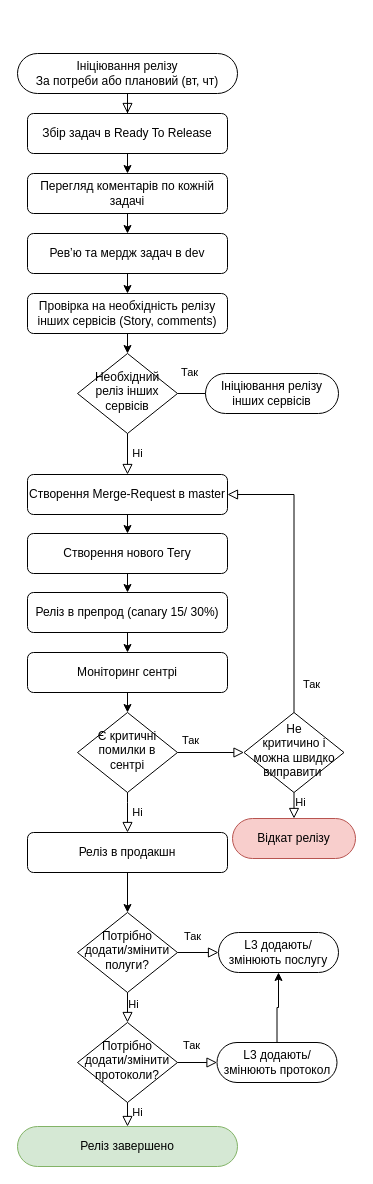
Pavlo-Olshansky/Project keeps this draw.io diagram as Диаграмма без названия.drawio. Above is the earlier version. Source tidied: cells renumbered, new cells numbered last; positions are measured from the earlier drawing's top-left corner, leaving out a move shared by most shapes. Both pictures are drawn from the tidied source at 100%, with x=0, y=0 at pixel (17, 53).
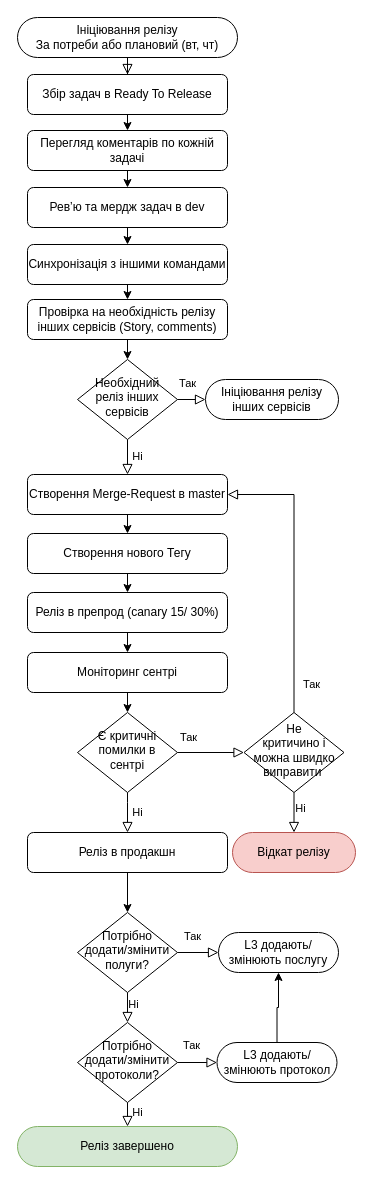
The same diagram, later.

Unchanged cells that the change refers to:
```xml
<mxCell id="27" value="Реліз в продакшн" style="rounded=1;whiteSpace=wrap;html=1;fontSize=12;glass=0;strokeWidth=1;shadow=0;" parent="1" vertex="1">
  <mxGeometry x="10" y="779" width="200" height="40" as="geometry" />
</mxCell>
<mxCell id="30" value="Є критичні помилки в сентрі" style="rhombus;whiteSpace=wrap;html=1;shadow=0;fontFamily=Helvetica;fontSize=12;align=center;strokeWidth=1;spacing=6;spacingTop=-4;" parent="1" vertex="1">
  <mxGeometry x="60" y="659" width="100" height="80" as="geometry" />
</mxCell>
```

Diff of the diagram source:
```diff
@@
     <mxCell id="3" value="Ініціювання релізу&lt;br&gt;За потреби або плановий (вт, чт)" style="rounded=1;whiteSpace=wrap;html=1;fontSize=12;glass=0;strokeWidth=1;shadow=0;arcSize=50;" parent="1" vertex="1">
-      <mxGeometry width="220" height="40" as="geometry" />
+      <mxGeometry y="-36" width="220" height="40" as="geometry" />
     </mxCell>
@@
     <mxCell id="10" value="Збір задач в Ready To Release" style="rounded=1;whiteSpace=wrap;html=1;fontSize=12;glass=0;strokeWidth=1;shadow=0;" parent="1" vertex="1">
-      <mxGeometry x="10" y="60" width="200" height="40" as="geometry" />
+      <mxGeometry x="10" y="21" width="200" height="40" as="geometry" />
     </mxCell>
-    <mxCell id="11" style="edgeStyle=orthogonalEdgeStyle;rounded=0;jettySize=auto;html=1;exitX=0.5;exitY=1;exitDx=0;exitDy=0;entryX=0.5;entryY=0;entryDx=0;entryDy=0;" parent="1" edge="1" source="12" target="36">
-      <mxGeometry relative="1" as="geometry" />
-    </mxCell>
+    <mxCell id="43" style="edgeStyle=orthogonalEdgeStyle;rounded=0;jettySize=auto;html=1;exitX=0.5;exitY=1;exitDx=0;exitDy=0;entryX=0.5;entryY=0;entryDx=0;entryDy=0;" parent="1" edge="1" source="12" target="45">
+      <mxGeometry relative="1" as="geometry" />
+    </mxCell>
     <mxCell id="12" value="Ревʼю та мердж задач в dev" style="rounded=1;whiteSpace=wrap;html=1;fontSize=12;glass=0;strokeWidth=1;shadow=0;" parent="1" vertex="1">
-      <mxGeometry x="10" y="180" width="200" height="40" as="geometry" />
+      <mxGeometry x="10" y="134" width="200" height="40" as="geometry" />
     </mxCell>
@@
     <mxCell id="17" value="Перегляд коментарів по кожній задачі" style="rounded=1;whiteSpace=wrap;html=1;fontSize=12;glass=0;strokeWidth=1;shadow=0;" parent="1" vertex="1">
-      <mxGeometry x="10" y="120" width="200" height="40" as="geometry" />
+      <mxGeometry x="10" y="77" width="200" height="40" as="geometry" />
     </mxCell>
@@
     <mxCell id="31" value="Так" style="rounded=0;html=1;jettySize=auto;fontSize=11;endArrow=block;endFill=0;endSize=8;strokeWidth=1;shadow=0;labelBackgroundColor=none;edgeStyle=orthogonalEdgeStyle;entryX=0.5;entryY=0;entryDx=0;entryDy=0;exitX=0.5;exitY=1;exitDx=0;exitDy=0;" parent="1" edge="1" source="30" target="27">
       <mxGeometry x="-1" y="82" relative="1" as="geometry">
         <Array as="points">
           <mxPoint x="110" y="749" />
           <mxPoint x="110" y="749" />
         </Array>
-        <mxPoint x="-19" y="-52" as="offset" />
+        <mxPoint x="-21" y="-55" as="offset" />
       </mxGeometry>
     </mxCell>
     <mxCell id="32" value="Відкат релізу" style="rounded=1;whiteSpace=wrap;html=1;fontSize=12;glass=0;strokeWidth=1;shadow=0;fillColor=#f8cecc;strokeColor=#b85450;arcSize=50;" parent="1" vertex="1">
-      <mxGeometry x="215" y="765" width="123" height="40" as="geometry" />
+      <mxGeometry x="215" y="779" width="123" height="40" as="geometry" />
     </mxCell>
@@
     <mxCell id="34" value="Необхідний реліз інших сервісів" style="rhombus;whiteSpace=wrap;html=1;shadow=0;fontFamily=Helvetica;fontSize=12;align=center;strokeWidth=1;spacing=6;spacingTop=-4;" parent="1" vertex="1">
-      <mxGeometry x="60" y="300" width="100" height="80" as="geometry" />
+      <mxGeometry x="60" y="306" width="100" height="80" as="geometry" />
     </mxCell>
@@
     <mxCell id="36" value="Провірка на необхідність релізу інших сервісів (Story, comments)" style="rounded=1;whiteSpace=wrap;html=1;fontSize=12;glass=0;strokeWidth=1;shadow=0;" parent="1" vertex="1">
-      <mxGeometry x="10" y="240" width="200" height="40" as="geometry" />
+      <mxGeometry x="10" y="246" width="200" height="40" as="geometry" />
     </mxCell>
-    <mxCell id="37" value="Так" style="rounded=0;html=1;jettySize=auto;orthogonalLoop=1;fontSize=11;endArrow=block;endFill=0;endSize=8;strokeWidth=1;shadow=0;labelBackgroundColor=none;edgeStyle=orthogonalEdgeStyle;" parent="1" edge="1">
-      <mxGeometry x="-0.4" y="21" relative="1" as="geometry">
-        <mxPoint x="160" y="340" as="sourcePoint" />
-        <mxPoint x="200" y="340" as="targetPoint" />
-        <Array as="points">
-          <mxPoint x="160" y="340" />
-        </Array>
-      </mxGeometry>
-    </mxCell>
@@
     <mxCell id="39" value="Ініціювання релізу інших сервісів" style="rounded=1;whiteSpace=wrap;html=1;fontSize=12;glass=0;strokeWidth=1;shadow=0;arcSize=50;" parent="1" vertex="1">
-      <mxGeometry x="188" y="320" width="133" height="40" as="geometry" />
+      <mxGeometry x="188" y="326" width="133" height="40" as="geometry" />
     </mxCell>
@@
+    <mxCell id="44" style="edgeStyle=orthogonalEdgeStyle;rounded=0;jettySize=auto;html=1;exitX=0.5;exitY=1;exitDx=0;exitDy=0;entryX=0.5;entryY=0;entryDx=0;entryDy=0;" parent="1" edge="1" source="45" target="36">
+      <mxGeometry relative="1" as="geometry" />
+    </mxCell>
+    <mxCell id="45" value="Синхронізація з іншими командами" style="rounded=1;whiteSpace=wrap;html=1;fontSize=12;glass=0;strokeWidth=1;shadow=0;" parent="1" vertex="1">
+      <mxGeometry x="10" y="191" width="200" height="40" as="geometry" />
+    </mxCell>
+    <mxCell id="37" value="Так" style="rounded=0;html=1;jettySize=auto;fontSize=11;endArrow=block;endFill=0;endSize=8;strokeWidth=1;shadow=0;labelBackgroundColor=none;edgeStyle=orthogonalEdgeStyle;entryX=0;entryY=0.5;entryDx=0;entryDy=0;exitX=1;exitY=0.5;exitDx=0;exitDy=0;" parent="1" edge="1" source="34" target="39">
+      <mxGeometry x="-0.27" y="16" relative="1" as="geometry" />
+    </mxCell>
```
